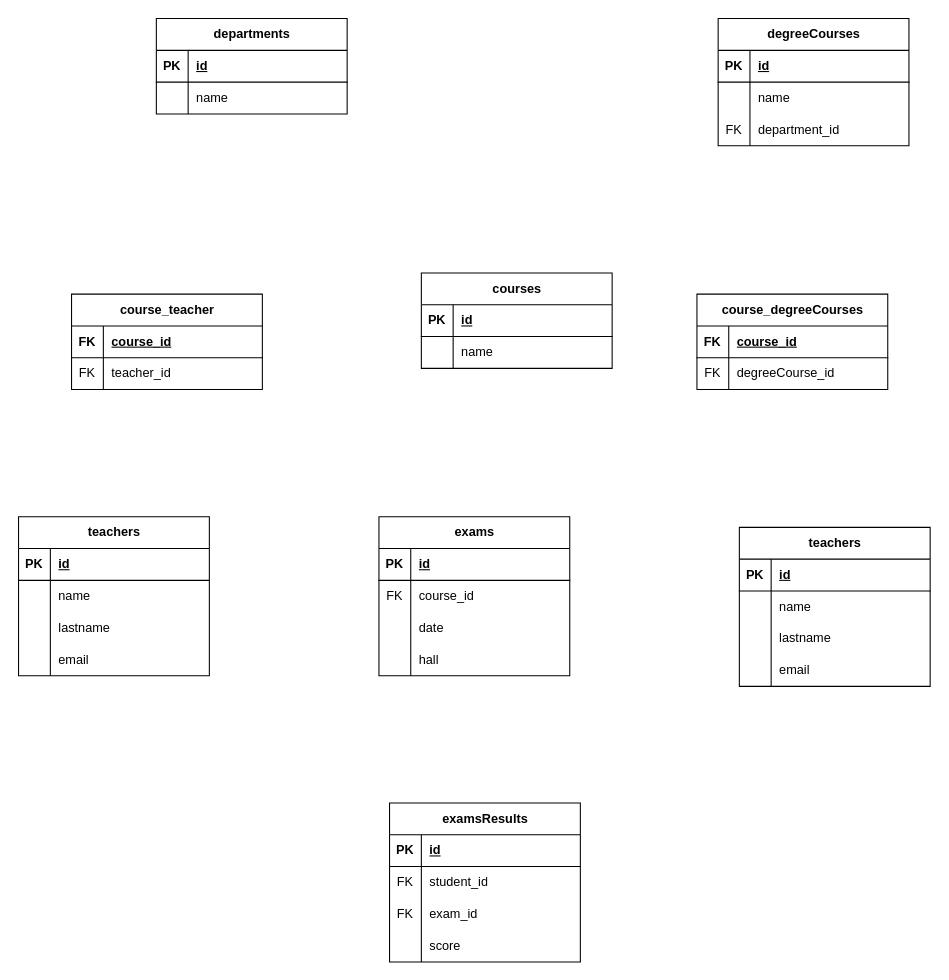
Before: university.DRAWIO in NavodContrath/db-university, a draw.io diagram. Source tidied: cells renumbered, new cells numbered last; positions are measured from the earlier drawing's top-left corner, leaving out a move shared by most shapes. Both pictures are drawn from the tidied source at 106%, with x=0, y=0 at pixel (18, 18).
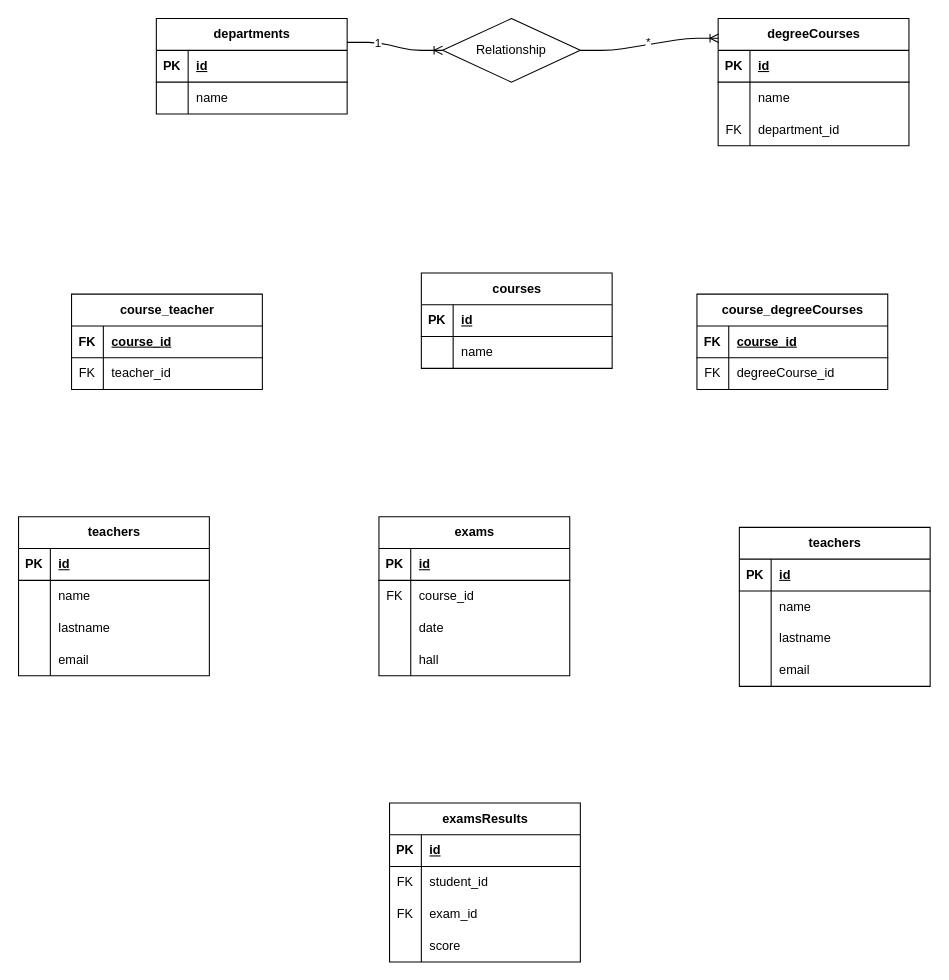
The same page after the edit.

Commit message:
Add relationship representation in university diagram

The change refers to these unchanged cells:
```xml
<mxCell id="2" value="departments" style="shape=table;startSize=30;childLayout=tableLayout;rowLines=0;fontStyle=1;align=center;html=1;" parent="1" vertex="1">
  <mxGeometry x="130" width="180" height="90" as="geometry" />
</mxCell>
<mxCell id="9" value="degreeCourses" style="shape=table;startSize=30;childLayout=tableLayout;rowLines=0;fontStyle=1;align=center;html=1;" parent="1" vertex="1">
  <mxGeometry x="660" width="180" height="120" as="geometry" />
</mxCell>
```

The edit, as a diff of the source:
```diff
@@
+    <mxCell id="92" style="edgeStyle=entityRelationEdgeStyle;fontSize=12;html=1;endArrow=ERoneToMany;exitX=1;exitY=0.5;exitDx=0;exitDy=0;entryX=0.002;entryY=0.155;entryDx=0;entryDy=0;entryPerimeter=0;" parent="1" edge="1" source="96" target="9">
+      <mxGeometry relative="1" as="geometry" />
+    </mxCell>
+    <mxCell id="93" value="*" style="edgeLabel;html=1;align=center;verticalAlign=middle;" parent="92" vertex="1">
+      <mxGeometry x="-0.02" y="3" relative="1" as="geometry" />
+    </mxCell>
+    <mxCell id="94" style="edgeStyle=entityRelationEdgeStyle;fontSize=12;html=1;endArrow=ERoneToMany;exitX=1;exitY=0.25;exitDx=0;exitDy=0;entryX=0;entryY=0.5;entryDx=0;entryDy=0;" parent="1" edge="1" source="2" target="96">
+      <mxGeometry relative="1" as="geometry" />
+    </mxCell>
+    <mxCell id="95" value="1" style="edgeLabel;html=1;align=center;verticalAlign=middle;" parent="94" vertex="1">
+      <mxGeometry x="-0.39" relative="1" as="geometry" />
+    </mxCell>
+    <mxCell id="96" value="Relationship" style="shape=rhombus;perimeter=rhombusPerimeter;whiteSpace=wrap;html=1;align=center;" parent="1" vertex="1">
+      <mxGeometry x="400" width="130" height="60" as="geometry" />
+    </mxCell>
```
